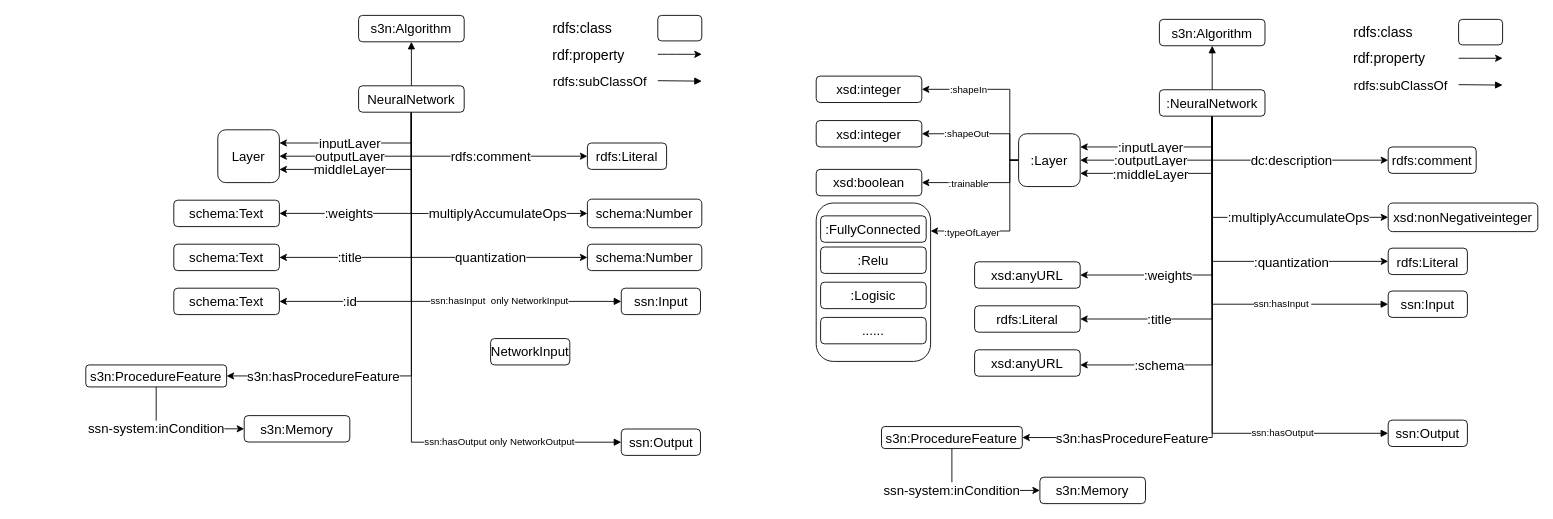
The draw.io diagram Untitled Diagram 1.drawio in Haoyu-R/appendix, before the edit. Source tidied: cells renumbered, new cells numbered last; positions are measured from the earlier drawing's top-left corner, leaving out a move shared by most shapes. Both pictures are drawn from the tidied source at 88%, with x=0, y=0 at pixel (85, 15).
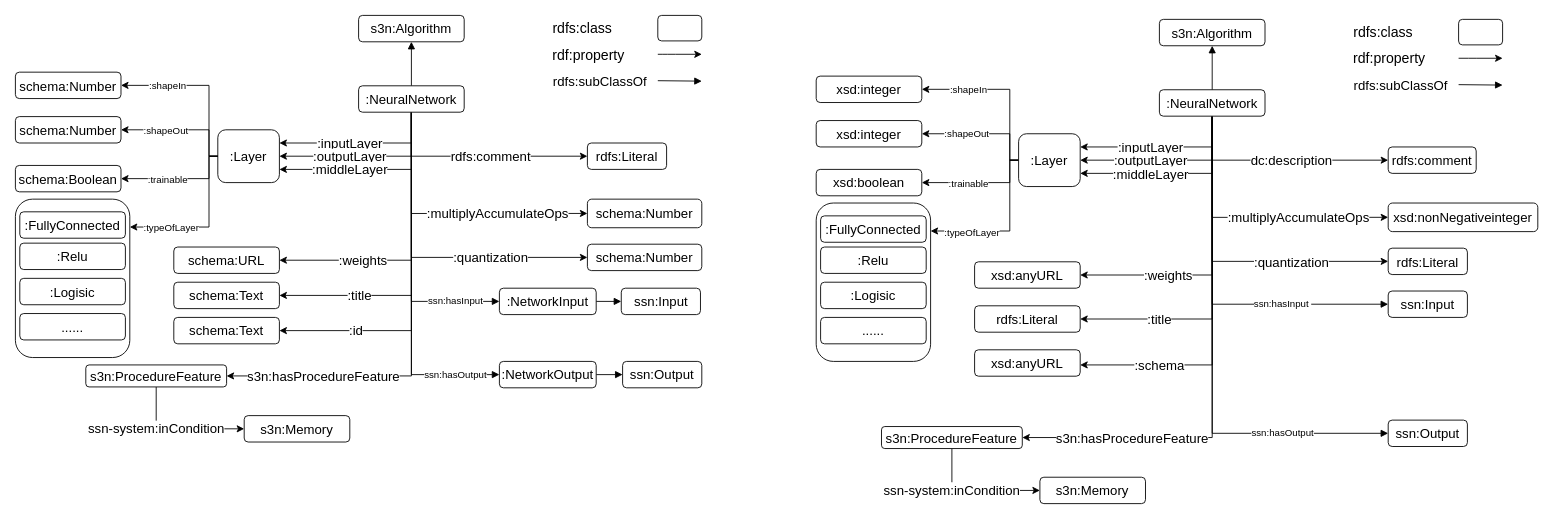
The same diagram, later.

The change refers to these unchanged cells:
```xml
<mxCell id="19" value="schema:Number" style="rounded=1;whiteSpace=wrap;html=1;fontSize=15;" parent="1" vertex="1">
  <mxGeometry x="570" y="208.8" width="130" height="32.5" as="geometry" />
</mxCell>
<mxCell id="20" value="schema:Number" style="rounded=1;whiteSpace=wrap;html=1;fontSize=15;" parent="1" vertex="1">
  <mxGeometry x="570" y="260" width="130" height="30" as="geometry" />
</mxCell>
<mxCell id="34" value="ssn:Input" style="rounded=1;whiteSpace=wrap;html=1;fontSize=15;" parent="1" vertex="1">
  <mxGeometry x="608.5" y="310" width="90" height="30" as="geometry" />
</mxCell>
```

What changed in the source:
```diff
@@
-    <mxCell id="3" value=":title" style="edgeStyle=orthogonalEdgeStyle;rounded=0;jettySize=auto;html=1;exitX=0.5;exitY=1;exitDx=0;exitDy=0;fontSize=15;" parent="1" edge="1" source="16">
+    <mxCell id="3" value=":title" style="edgeStyle=orthogonalEdgeStyle;rounded=0;jettySize=auto;html=1;exitX=0.5;exitY=1;exitDx=0;exitDy=0;fontSize=15;entryX=1;entryY=0.5;entryDx=0;entryDy=0;" parent="1" edge="1" source="16" target="21">
       <mxGeometry x="0.49" relative="1" as="geometry">
-        <mxPoint x="220" y="275" as="targetPoint" />
         <Array as="points">
-          <mxPoint x="370" y="275" />
+          <mxPoint x="370" y="318" />
+          <mxPoint x="220" y="318" />
         </Array>
       </mxGeometry>
     </mxCell>
@@
-    <mxCell id="6" value="inputLayer" style="edgeStyle=orthogonalEdgeStyle;rounded=0;jettySize=auto;html=1;exitX=0.5;exitY=1;exitDx=0;exitDy=0;entryX=1;entryY=0.25;entryDx=0;entryDy=0;fontSize=15;" parent="1" edge="1" source="16" target="18">
+    <mxCell id="6" value=":inputLayer" style="edgeStyle=orthogonalEdgeStyle;rounded=0;jettySize=auto;html=1;exitX=0.5;exitY=1;exitDx=0;exitDy=0;entryX=1;entryY=0.25;entryDx=0;entryDy=0;fontSize=15;" parent="1" edge="1" source="16" target="18">
       <mxGeometry x="0.14" relative="1" as="geometry" />
     </mxCell>
-    <mxCell id="7" value="outputLayer" style="edgeStyle=orthogonalEdgeStyle;rounded=0;jettySize=auto;html=1;exitX=0.5;exitY=1;exitDx=0;exitDy=0;entryX=1;entryY=0.5;entryDx=0;entryDy=0;fontSize=15;" parent="1" edge="1" source="16" target="18">
+    <mxCell id="7" value=":outputLayer" style="edgeStyle=orthogonalEdgeStyle;rounded=0;jettySize=auto;html=1;exitX=0.5;exitY=1;exitDx=0;exitDy=0;entryX=1;entryY=0.5;entryDx=0;entryDy=0;fontSize=15;" parent="1" edge="1" source="16" target="18">
       <mxGeometry x="0.2" relative="1" as="geometry" />
     </mxCell>
-    <mxCell id="8" value="middleLayer" style="edgeStyle=orthogonalEdgeStyle;rounded=0;jettySize=auto;html=1;exitX=0.5;exitY=1;exitDx=0;exitDy=0;entryX=1;entryY=0.75;entryDx=0;entryDy=0;fontSize=15;" parent="1" edge="1" source="16" target="18">
+    <mxCell id="8" value=":middleLayer" style="edgeStyle=orthogonalEdgeStyle;rounded=0;jettySize=auto;html=1;exitX=0.5;exitY=1;exitDx=0;exitDy=0;entryX=1;entryY=0.75;entryDx=0;entryDy=0;fontSize=15;" parent="1" edge="1" source="16" target="18">
       <mxGeometry x="0.26" relative="1" as="geometry" />
     </mxCell>
@@
-    <mxCell id="10" value="multiplyAccumulateOps" style="edgeStyle=orthogonalEdgeStyle;rounded=0;jettySize=auto;html=1;exitX=0.5;exitY=1;exitDx=0;exitDy=0;entryX=0;entryY=0.5;entryDx=0;entryDy=0;fontSize=15;" parent="1" edge="1" source="16" target="19">
+    <mxCell id="10" value=":multiplyAccumulateOps" style="edgeStyle=orthogonalEdgeStyle;rounded=0;jettySize=auto;html=1;exitX=0.5;exitY=1;exitDx=0;exitDy=0;entryX=0;entryY=0.5;entryDx=0;entryDy=0;fontSize=15;" parent="1" edge="1" source="16" target="19">
       <mxGeometry x="0.35" relative="1" as="geometry" />
     </mxCell>
-    <mxCell id="11" value="quantization" style="edgeStyle=orthogonalEdgeStyle;rounded=0;jettySize=auto;html=1;exitX=0.5;exitY=1;exitDx=0;exitDy=0;entryX=0;entryY=0.5;entryDx=0;entryDy=0;fontSize=15;" parent="1" edge="1" source="16" target="20">
+    <mxCell id="11" value=":quantization" style="edgeStyle=orthogonalEdgeStyle;rounded=0;jettySize=auto;html=1;exitX=0.5;exitY=1;exitDx=0;exitDy=0;entryX=0;entryY=0.5;entryDx=0;entryDy=0;fontSize=15;" parent="1" edge="1" source="16" target="20">
       <mxGeometry x="0.4" relative="1" as="geometry" />
     </mxCell>
@@
-    <mxCell id="14" value="ssn:hasInput&amp;nbsp; only NetworkInput" style="edgeStyle=orthogonalEdgeStyle;rounded=0;jettySize=auto;html=1;exitX=0.5;exitY=1;exitDx=0;exitDy=0;entryX=0;entryY=0.5;entryDx=0;entryDy=0;endArrow=block;endFill=1;" parent="1" edge="1" source="16" target="34">
-      <mxGeometry x="0.39" relative="1" as="geometry" />
+    <mxCell id="14" value="ssn:hasInput " style="edgeStyle=orthogonalEdgeStyle;rounded=0;jettySize=auto;html=1;exitX=0.5;exitY=1;exitDx=0;exitDy=0;entryX=0;entryY=0.5;entryDx=0;entryDy=0;endArrow=block;endFill=1;" parent="1" edge="1" source="16" target="88">
+      <mxGeometry x="0.68" relative="1" as="geometry" />
     </mxCell>
-    <mxCell id="15" value="ssn:hasOutput only NetworkOutput" style="edgeStyle=orthogonalEdgeStyle;rounded=0;jettySize=auto;html=1;exitX=0.5;exitY=1;exitDx=0;exitDy=0;entryX=0;entryY=0.5;entryDx=0;entryDy=0;endArrow=block;endFill=1;" parent="1" edge="1" source="16" target="35">
-      <mxGeometry x="0.55" relative="1" as="geometry" />
+    <mxCell id="15" value="ssn:hasOutput" style="edgeStyle=orthogonalEdgeStyle;rounded=0;jettySize=auto;html=1;exitX=0.5;exitY=1;exitDx=0;exitDy=0;entryX=0;entryY=0.5;entryDx=0;entryDy=0;endArrow=block;endFill=1;" parent="1" edge="1" source="16" target="91">
+      <mxGeometry x="0.75" relative="1" as="geometry" />
     </mxCell>
-    <mxCell id="16" value="NeuralNetwork" style="rounded=1;whiteSpace=wrap;html=1;fontSize=15;" parent="1" vertex="1">
+    <mxCell id="16" value=":NeuralNetwork" style="rounded=1;whiteSpace=wrap;html=1;fontSize=15;" parent="1" vertex="1">
       <mxGeometry x="310" y="80" width="120" height="30" as="geometry" />
     </mxCell>
-    <mxCell id="17" value="schema:Text" style="rounded=1;whiteSpace=wrap;html=1;fontSize=15;" parent="1" vertex="1">
-      <mxGeometry x="100" y="210" width="120" height="30" as="geometry" />
+    <mxCell id="17" value="schema:URL" style="rounded=1;whiteSpace=wrap;html=1;fontSize=15;" parent="1" vertex="1">
+      <mxGeometry x="100" y="263.2" width="120" height="30" as="geometry" />
     </mxCell>
-    <mxCell id="18" value="Layer" style="rounded=1;whiteSpace=wrap;html=1;fontSize=15;" parent="1" vertex="1">
+    <mxCell id="18" value=":Layer" style="rounded=1;whiteSpace=wrap;html=1;fontSize=15;" parent="1" vertex="1">
       <mxGeometry x="150" y="130" width="70" height="60" as="geometry" />
     </mxCell>
@@
     <mxCell id="21" value="schema:Text" style="rounded=1;whiteSpace=wrap;html=1;fontSize=15;" parent="1" vertex="1">
-      <mxGeometry x="100" y="260" width="120" height="30" as="geometry" />
+      <mxGeometry x="100" y="303.2" width="120" height="30" as="geometry" />
     </mxCell>
     <mxCell id="22" value="schema:Text" style="rounded=1;whiteSpace=wrap;html=1;fontSize=15;" parent="1" vertex="1">
-      <mxGeometry x="100" y="310" width="120" height="30" as="geometry" />
+      <mxGeometry x="100" y="343.2" width="120" height="30" as="geometry" />
     </mxCell>
@@
     <mxCell id="24" style="edgeStyle=orthogonalEdgeStyle;rounded=0;orthogonalLoop=1;jettySize=auto;html=1;exitX=0.5;exitY=1;exitDx=0;exitDy=0;fontSize=15;" parent="1" edge="1">
       <mxGeometry relative="1" as="geometry">
-        <mxPoint x="705" y="475" as="sourcePoint" />
-        <mxPoint x="705" y="475" as="targetPoint" />
+        <mxPoint x="705" y="406" as="sourcePoint" />
+        <mxPoint x="705" y="406" as="targetPoint" />
       </mxGeometry>
     </mxCell>
@@
     <mxCell id="35" value="ssn:Output" style="rounded=1;whiteSpace=wrap;html=1;fontSize=15;" parent="1" vertex="1">
-      <mxGeometry x="608.5" y="470" width="90" height="30" as="geometry" />
+      <mxGeometry x="610" y="393.2" width="90" height="30" as="geometry" />
     </mxCell>
@@
+    <mxCell id="89" style="edgeStyle=orthogonalEdgeStyle;rounded=0;jettySize=auto;html=1;exitX=1;exitY=0.5;exitDx=0;exitDy=0;entryX=0;entryY=0.5;entryDx=0;entryDy=0;endArrow=block;endFill=1;" parent="1" edge="1" source="88" target="34">
+      <mxGeometry relative="1" as="geometry" />
+    </mxCell>
-    <mxCell id="88" value="NetworkInput" style="rounded=1;whiteSpace=wrap;html=1;fontSize=15;" parent="1" vertex="1">
-      <mxGeometry x="460" y="367.2" width="90" height="30" as="geometry" />
+    <mxCell id="88" value=":NetworkInput" style="rounded=1;whiteSpace=wrap;html=1;fontSize=15;" parent="1" vertex="1">
+      <mxGeometry x="470" y="310" width="110" height="30" as="geometry" />
     </mxCell>
+    <mxCell id="90" style="edgeStyle=orthogonalEdgeStyle;rounded=0;jettySize=auto;html=1;exitX=1;exitY=0.5;exitDx=0;exitDy=0;entryX=0;entryY=0.5;entryDx=0;entryDy=0;endArrow=block;endFill=1;" parent="1" edge="1" source="91" target="35">
+      <mxGeometry relative="1" as="geometry" />
+    </mxCell>
+    <mxCell id="91" value=":NetworkOutput" style="rounded=1;whiteSpace=wrap;html=1;fontSize=15;" parent="1" vertex="1">
+      <mxGeometry x="470" y="393.2" width="110" height="30" as="geometry" />
+    </mxCell>
+    <mxCell id="92" style="edgeStyle=orthogonalEdgeStyle;rounded=0;jettySize=auto;html=1;exitX=0;exitY=0.5;exitDx=0;exitDy=0;entryX=1;entryY=0.5;entryDx=0;entryDy=0;" parent="1" edge="1" target="100">
+      <mxGeometry relative="1" as="geometry">
+        <mxPoint x="150" y="160" as="sourcePoint" />
+        <Array as="points">
+          <mxPoint x="140" y="159.5" />
+          <mxPoint x="140" y="79.5" />
+        </Array>
+      </mxGeometry>
+    </mxCell>
+    <mxCell id="93" value=":shapeIn" style="edgeLabel;html=1;align=center;verticalAlign=middle;" parent="92" vertex="1">
+      <mxGeometry x="0.41" relative="1" as="geometry">
+        <mxPoint x="-4" as="offset" />
+      </mxGeometry>
+    </mxCell>
+    <mxCell id="94" style="edgeStyle=orthogonalEdgeStyle;rounded=0;jettySize=auto;html=1;exitX=0;exitY=0.5;exitDx=0;exitDy=0;entryX=1;entryY=0.5;entryDx=0;entryDy=0;" parent="1" edge="1" target="101">
+      <mxGeometry x="0.54" relative="1" as="geometry">
+        <mxPoint x="150" y="160" as="sourcePoint" />
+        <Array as="points">
+          <mxPoint x="140" y="159.5" />
+          <mxPoint x="140" y="129.5" />
+        </Array>
+      </mxGeometry>
+    </mxCell>
+    <mxCell id="95" value=":shapeOut" style="edgeLabel;html=1;align=center;verticalAlign=middle;" parent="94" vertex="1">
+      <mxGeometry x="0.29" relative="1" as="geometry" />
+    </mxCell>
+    <mxCell id="96" style="edgeStyle=orthogonalEdgeStyle;rounded=0;jettySize=auto;html=1;exitX=0;exitY=0.5;exitDx=0;exitDy=0;entryX=1;entryY=0.5;entryDx=0;entryDy=0;" parent="1" edge="1" target="102">
+      <mxGeometry relative="1" as="geometry">
+        <mxPoint x="150" y="160" as="sourcePoint" />
+        <Array as="points">
+          <mxPoint x="140" y="159.5" />
+          <mxPoint x="140" y="185.5" />
+        </Array>
+      </mxGeometry>
+    </mxCell>
+    <mxCell id="97" value=":trainable" style="edgeLabel;html=1;align=center;verticalAlign=middle;" parent="96" vertex="1">
+      <mxGeometry x="0.23" y="1" relative="1" as="geometry" />
+    </mxCell>
+    <mxCell id="98" style="edgeStyle=orthogonalEdgeStyle;rounded=0;orthogonalLoop=1;jettySize=auto;html=1;exitX=0;exitY=0.5;exitDx=0;exitDy=0;entryX=1;entryY=0.5;entryDx=0;entryDy=0;" parent="1" edge="1">
+      <mxGeometry relative="1" as="geometry">
+        <mxPoint x="150" y="160" as="sourcePoint" />
+        <mxPoint x="50" y="240.5" as="targetPoint" />
+        <Array as="points">
+          <mxPoint x="140" y="159.5" />
+          <mxPoint x="140" y="240.5" />
+        </Array>
+      </mxGeometry>
+    </mxCell>
+    <mxCell id="99" value=":typeOfLayer" style="edgeLabel;html=1;align=center;verticalAlign=middle;" parent="98" vertex="1">
+      <mxGeometry x="0.48" y="1" relative="1" as="geometry" />
+    </mxCell>
+    <mxCell id="100" value="schema:Number" style="rounded=1;whiteSpace=wrap;html=1;fontSize=15;" parent="1" vertex="1">
+      <mxGeometry x="-80" y="64.5" width="120" height="30" as="geometry" />
+    </mxCell>
+    <mxCell id="101" value="schema:Number" style="rounded=1;whiteSpace=wrap;html=1;fontSize=15;" parent="1" vertex="1">
+      <mxGeometry x="-80" y="115" width="120" height="30" as="geometry" />
+    </mxCell>
+    <mxCell id="102" value="schema:Boolean" style="rounded=1;whiteSpace=wrap;html=1;fontSize=15;" parent="1" vertex="1">
+      <mxGeometry x="-80" y="170.5" width="120" height="30" as="geometry" />
+    </mxCell>
+    <mxCell id="103" style="rounded=1;whiteSpace=wrap;html=1;fontSize=15;" parent="1" vertex="1">
+      <mxGeometry x="-80" y="208.8" width="130" height="180" as="geometry" />
+    </mxCell>
+    <mxCell id="104" value="&lt;div&gt;:FullyConnected&lt;/div&gt;" style="rounded=1;whiteSpace=wrap;html=1;fontSize=15;" parent="1" vertex="1">
+      <mxGeometry x="-75" y="223.2" width="120" height="30" as="geometry" />
+    </mxCell>
+    <mxCell id="105" value=":Relu" style="rounded=1;whiteSpace=wrap;html=1;fontSize=15;" parent="1" vertex="1">
+      <mxGeometry x="-75" y="258.8" width="120" height="30" as="geometry" />
+    </mxCell>
+    <mxCell id="106" value=":Logisic" style="rounded=1;whiteSpace=wrap;html=1;fontSize=15;" parent="1" vertex="1">
+      <mxGeometry x="-75" y="298.8" width="120" height="30" as="geometry" />
+    </mxCell>
+    <mxCell id="107" value="......" style="rounded=1;whiteSpace=wrap;html=1;fontSize=15;" parent="1" vertex="1">
+      <mxGeometry x="-75" y="338.8" width="120" height="30" as="geometry" />
+    </mxCell>
```
